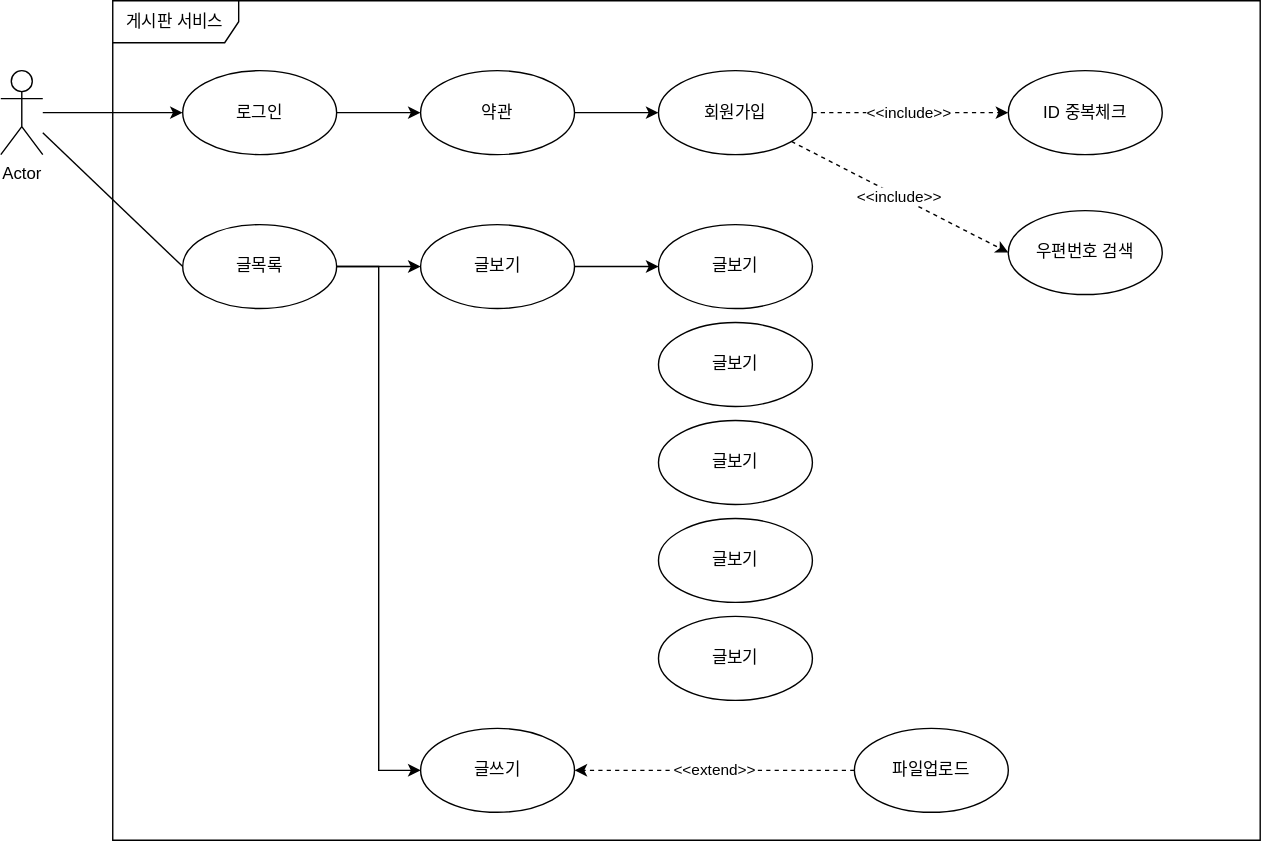
Earlier version of the draw.io export JBoard1/게시판 유스케이스.svg (KongMinHyeok/JSP). Source tidied: cells renumbered, new cells last; positions are measured from the earlier drawing's top-left corner, leaving out a move shared by most shapes. Its diagram source:
```xml
<mxGraphModel>
  <root>
    <mxCell id="0" />
    <mxCell id="1" parent="0" />
    <mxCell id="2" style="edgeStyle=orthogonalEdgeStyle;rounded=0;jettySize=auto;html=1;" parent="1" edge="1" source="4" target="7">
      <mxGeometry relative="1" as="geometry" />
    </mxCell>
    <mxCell id="3" style="edgeStyle=none;rounded=0;jettySize=auto;html=1;entryX=0;entryY=0.5;entryDx=0;entryDy=0;endArrow=none;endFill=0;" parent="1" edge="1" source="4" target="17">
      <mxGeometry relative="1" as="geometry" />
    </mxCell>
    <mxCell id="4" value="Actor" style="shape=umlActor;verticalLabelPosition=bottom;verticalAlign=top;html=1;" parent="1" vertex="1">
      <mxGeometry y="50" width="30" height="60" as="geometry" />
    </mxCell>
    <mxCell id="5" value="게시판 서비스" style="shape=umlFrame;whiteSpace=wrap;html=1;width=90;height=30;" parent="1" vertex="1">
      <mxGeometry x="80" width="820" height="600" as="geometry" />
    </mxCell>
    <mxCell id="6" style="edgeStyle=orthogonalEdgeStyle;rounded=0;jettySize=auto;html=1;entryX=0;entryY=0.5;entryDx=0;entryDy=0;" parent="1" edge="1" source="7" target="9">
      <mxGeometry relative="1" as="geometry" />
    </mxCell>
    <mxCell id="7" value="로그인" style="ellipse;whiteSpace=wrap;html=1;" parent="1" vertex="1">
      <mxGeometry x="130" y="50" width="110" height="60" as="geometry" />
    </mxCell>
    <mxCell id="8" style="edgeStyle=orthogonalEdgeStyle;rounded=0;jettySize=auto;html=1;" parent="1" edge="1" source="9" target="12">
      <mxGeometry relative="1" as="geometry" />
    </mxCell>
    <mxCell id="9" value="약관" style="ellipse;whiteSpace=wrap;html=1;" parent="1" vertex="1">
      <mxGeometry x="300" y="50" width="110" height="60" as="geometry" />
    </mxCell>
    <mxCell id="10" value="&amp;lt;&amp;lt;include&amp;gt;&amp;gt;" style="edgeStyle=orthogonalEdgeStyle;rounded=0;jettySize=auto;html=1;entryX=0;entryY=0.5;entryDx=0;entryDy=0;dashed=1;" parent="1" edge="1" source="12" target="13">
      <mxGeometry relative="1" as="geometry" />
    </mxCell>
    <mxCell id="11" value="&amp;lt;&amp;lt;include&amp;gt;&amp;gt;" style="rounded=0;jettySize=auto;html=1;entryX=0;entryY=0.5;entryDx=0;entryDy=0;dashed=1;" parent="1" edge="1" source="12" target="14">
      <mxGeometry relative="1" as="geometry" />
    </mxCell>
    <mxCell id="12" value="회원가입" style="ellipse;whiteSpace=wrap;html=1;" parent="1" vertex="1">
      <mxGeometry x="470" y="50" width="110" height="60" as="geometry" />
    </mxCell>
    <mxCell id="13" value="ID 중복체크" style="ellipse;whiteSpace=wrap;html=1;" parent="1" vertex="1">
      <mxGeometry x="720" y="50" width="110" height="60" as="geometry" />
    </mxCell>
    <mxCell id="14" value="우편번호 검색" style="ellipse;whiteSpace=wrap;html=1;" parent="1" vertex="1">
      <mxGeometry x="720" y="150" width="110" height="60" as="geometry" />
    </mxCell>
    <mxCell id="15" style="edgeStyle=orthogonalEdgeStyle;rounded=0;jettySize=auto;html=1;exitX=1;exitY=0.5;exitDx=0;exitDy=0;entryX=0;entryY=0.5;entryDx=0;entryDy=0;endArrow=classic;endFill=1;" parent="1" edge="1" source="17" target="19">
      <mxGeometry relative="1" as="geometry" />
    </mxCell>
    <mxCell id="16" style="edgeStyle=orthogonalEdgeStyle;rounded=0;jettySize=auto;html=1;entryX=0;entryY=0.5;entryDx=0;entryDy=0;endArrow=classic;endFill=1;" parent="1" edge="1" source="17" target="20">
      <mxGeometry relative="1" as="geometry" />
    </mxCell>
    <mxCell id="17" value="글목록" style="ellipse;whiteSpace=wrap;html=1;" parent="1" vertex="1">
      <mxGeometry x="130" y="160" width="110" height="60" as="geometry" />
    </mxCell>
    <mxCell id="18" style="edgeStyle=orthogonalEdgeStyle;rounded=0;jettySize=auto;html=1;endArrow=classic;endFill=1;" parent="1" edge="1" source="19" target="21">
      <mxGeometry relative="1" as="geometry" />
    </mxCell>
    <mxCell id="19" value="글보기" style="ellipse;whiteSpace=wrap;html=1;" parent="1" vertex="1">
      <mxGeometry x="300" y="160" width="110" height="60" as="geometry" />
    </mxCell>
    <mxCell id="20" value="글쓰기" style="ellipse;whiteSpace=wrap;html=1;" parent="1" vertex="1">
      <mxGeometry x="300" y="520" width="110" height="60" as="geometry" />
    </mxCell>
    <mxCell id="21" value="글보기" style="ellipse;whiteSpace=wrap;html=1;" parent="1" vertex="1">
      <mxGeometry x="470" y="160" width="110" height="60" as="geometry" />
    </mxCell>
    <mxCell id="22" value="글보기" style="ellipse;whiteSpace=wrap;html=1;" parent="1" vertex="1">
      <mxGeometry x="470" y="230" width="110" height="60" as="geometry" />
    </mxCell>
    <mxCell id="23" value="글보기" style="ellipse;whiteSpace=wrap;html=1;" parent="1" vertex="1">
      <mxGeometry x="470" y="300" width="110" height="60" as="geometry" />
    </mxCell>
    <mxCell id="24" value="글보기" style="ellipse;whiteSpace=wrap;html=1;" parent="1" vertex="1">
      <mxGeometry x="470" y="370" width="110" height="60" as="geometry" />
    </mxCell>
    <mxCell id="25" value="글보기" style="ellipse;whiteSpace=wrap;html=1;" parent="1" vertex="1">
      <mxGeometry x="470" y="440" width="110" height="60" as="geometry" />
    </mxCell>
    <mxCell id="26" value="&amp;lt;&amp;lt;extend&amp;gt;&amp;gt;" style="edgeStyle=orthogonalEdgeStyle;rounded=0;jettySize=auto;html=1;endArrow=classic;endFill=1;dashed=1;" parent="1" edge="1" source="27" target="20">
      <mxGeometry relative="1" as="geometry" />
    </mxCell>
    <mxCell id="27" value="파일업로드" style="ellipse;whiteSpace=wrap;html=1;" parent="1" vertex="1">
      <mxGeometry x="610" y="520" width="110" height="60" as="geometry" />
    </mxCell>
  </root>
</mxGraphModel>
```
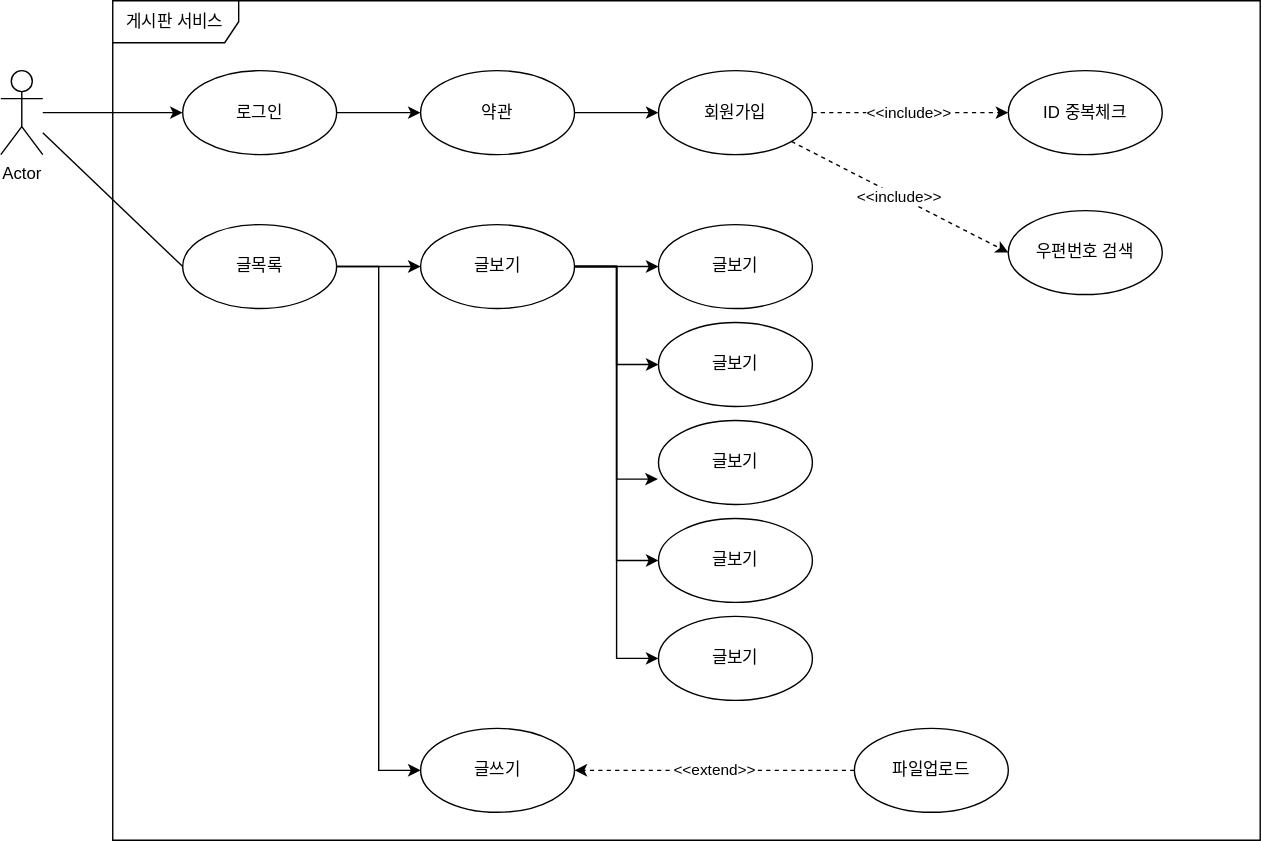
After the change.

Commit message:
2022/10/17 게시판 유스케이스 실습

The edit, as a diff of the source:
```diff
@@ -1,4 +1,4 @@
-<mxGraphModel>
+<mxGraphModel background="#FFFFFF">
   <root>
     <mxCell id="0" />
     <mxCell id="1" parent="0" />
@@ -53,6 +53,18 @@
     <mxCell id="18" style="edgeStyle=orthogonalEdgeStyle;rounded=0;jettySize=auto;html=1;endArrow=classic;endFill=1;" parent="1" edge="1" source="19" target="21">
       <mxGeometry relative="1" as="geometry" />
     </mxCell>
+    <mxCell id="28" style="edgeStyle=orthogonalEdgeStyle;rounded=0;jettySize=auto;html=1;entryX=0;entryY=0.5;entryDx=0;entryDy=0;endArrow=classic;endFill=1;" parent="1" edge="1" source="19" target="22">
+      <mxGeometry relative="1" as="geometry" />
+    </mxCell>
+    <mxCell id="29" style="edgeStyle=orthogonalEdgeStyle;rounded=0;jettySize=auto;html=1;entryX=-0.004;entryY=0.698;entryDx=0;entryDy=0;entryPerimeter=0;endArrow=classic;endFill=1;" parent="1" edge="1" source="19" target="23">
+      <mxGeometry relative="1" as="geometry" />
+    </mxCell>
+    <mxCell id="30" style="edgeStyle=orthogonalEdgeStyle;rounded=0;jettySize=auto;html=1;entryX=0;entryY=0.5;entryDx=0;entryDy=0;endArrow=classic;endFill=1;" parent="1" edge="1" source="19" target="24">
+      <mxGeometry relative="1" as="geometry" />
+    </mxCell>
+    <mxCell id="31" style="edgeStyle=orthogonalEdgeStyle;rounded=0;jettySize=auto;html=1;entryX=0;entryY=0.5;entryDx=0;entryDy=0;endArrow=classic;endFill=1;" parent="1" edge="1" source="19" target="25">
+      <mxGeometry relative="1" as="geometry" />
+    </mxCell>
     <mxCell id="19" value="글보기" style="ellipse;whiteSpace=wrap;html=1;" parent="1" vertex="1">
       <mxGeometry x="300" y="160" width="110" height="60" as="geometry" />
     </mxCell>
```
